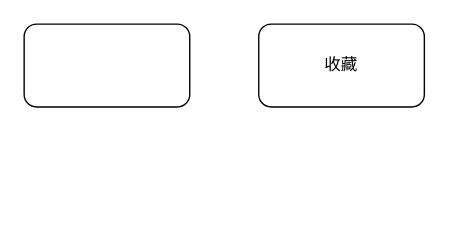
Earlier version of the draw.io diagram Springboot/rua-03化妆品购物网站.drawio (redcomet88/DRAW). Source tidied: cells renumbered, new cells numbered last; positions are measured from the earlier drawing's top-left corner, leaving out a move shared by most shapes. Both pictures are drawn from the tidied source at 138%, with x=0, y=0 at pixel (23, 23).
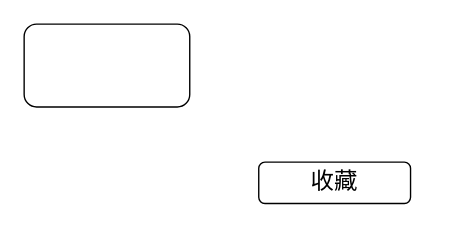
After the change.

Commit message (it also covers changes not shown here):
Update rua-03化妆品购物网站.drawio

Change to the diagram source:
```diff
@@
 <mxGraphModel>
   <root>
     <mxCell id="0" />
     <mxCell id="1" parent="0" />
     <mxCell id="2" style="rounded=1;whiteSpace=wrap;html=1;" parent="1" vertex="1">
       <mxGeometry width="120" height="60" as="geometry" />
     </mxCell>
-    <mxCell id="3" value="收藏" style="rounded=1;whiteSpace=wrap;html=1;" parent="1" vertex="1">
-      <mxGeometry x="170" width="120" height="60" as="geometry" />
+    <mxCell id="3" value="收藏" style="rounded=1;whiteSpace=wrap;html=1;fontSize=17;" parent="1" vertex="1">
+      <mxGeometry x="170" y="100" width="110" height="30" as="geometry" />
     </mxCell>
   </root>
 </mxGraphModel>
```
